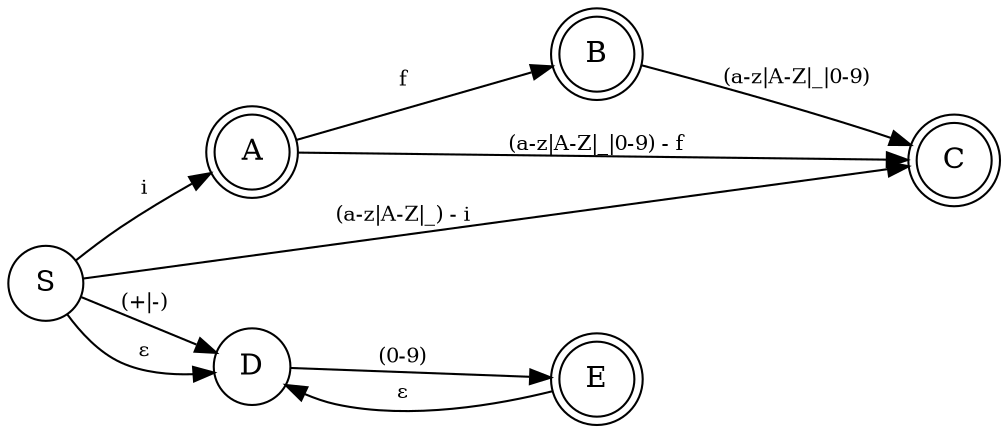
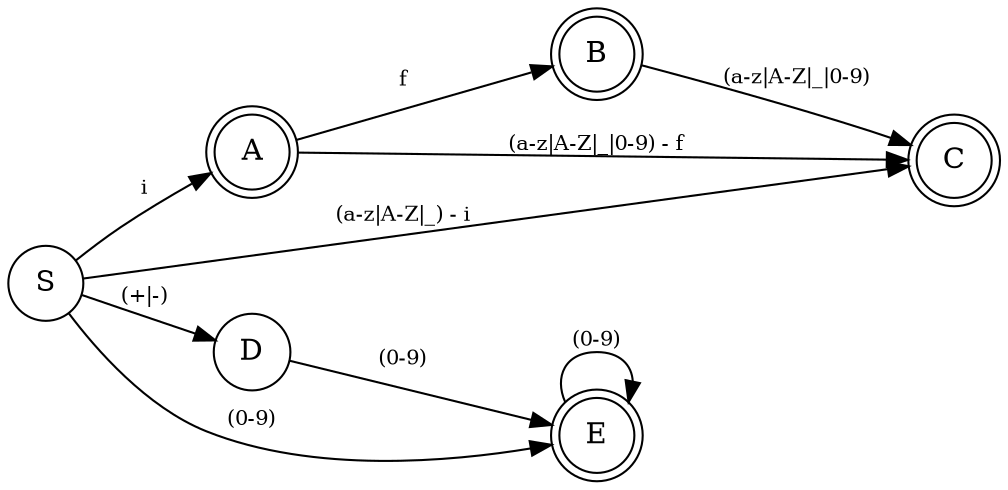
- digraph ast_expression_tree {
+ digraph dfa_combined_lexer {
    rankdir = LR;

    node [shape = "circle"];
    edge [labeldistance = 2, labelangle = 0, fontsize = 10];

    S [label = "S"];
    A [label = "A", peripheries = 2];
    B [label = "B", peripheries = 2];
    C [label = "C", peripheries = 2];
    D [label = "D"];
    E [label = "E", peripheries = 2];

    S -> A [label = "i"];
    A -> B [label = "f"];
    S -> C [label = "(a-z|A-Z|_) - i"];
    A -> C [label = "(a-z|A-Z|_|0-9) - f"];
    B -> C [label = "(a-z|A-Z|_|0-9)"]

    S -> D [label = "(+|-)"];
-     S -> D [label = "ε"];
+     S -> E [label = "(0-9)"];
    D -> E [label = "(0-9)"];
-     E -> D [label = "ε"];
+     E -> E [label = "(0-9)"];
}
